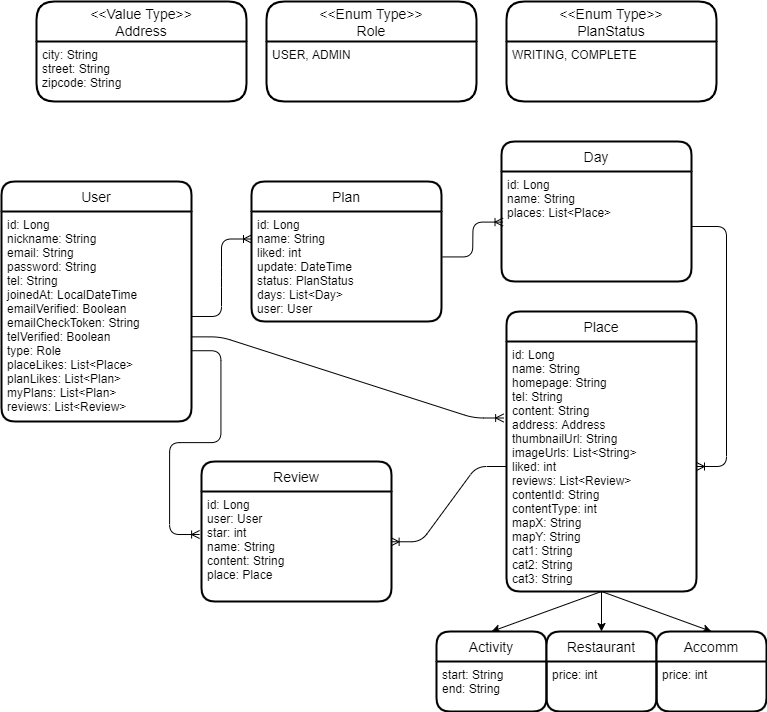
Before: Triplus_ERD.png, a diagram exported from draw.io (dooyeong20/special-trip). Source tidied: cells renumbered, new cells last; positions are measured from the earlier drawing's top-left corner, leaving out a move shared by most shapes.
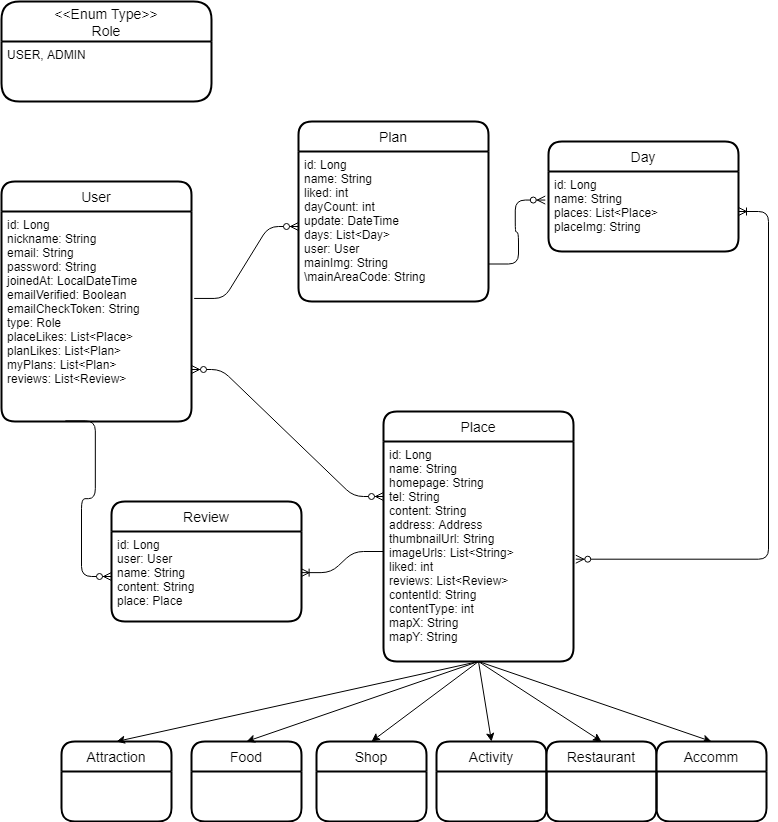
Above is the later version.

The edit, as a diff of the source:
```diff
@@ -3,35 +3,29 @@
     <mxCell id="0" />
     <mxCell id="1" parent="0" />
     <mxCell id="2" value="User" style="swimlane;horizontal=1;startSize=30;rounded=1;fontSize=14;fontStyle=0;strokeWidth=2;shadow=0;dashed=0;align=center;" parent="1" vertex="1">
-      <mxGeometry y="180" width="190" height="240" as="geometry" />
+      <mxGeometry x="-7" y="110" width="190" height="240" as="geometry" />
     </mxCell>
-    <mxCell id="3" value="id: Long&#10;nickname: String&#10;email: String&#10;password: String&#10;tel: String&#10;joinedAt: LocalDateTime&#10;emailVerified: Boolean&#10;emailCheckToken: String&#10;telVerified: Boolean&#10;type: Role&#10;placeLikes: List&lt;Place&gt;&#10;planLikes: List&lt;Plan&gt;&#10;myPlans: List&lt;Plan&gt;&#10;reviews: List&lt;Review&gt;" style="align=left;strokeColor=none;fillColor=none;spacingLeft=4;fontSize=12;verticalAlign=top;" parent="2" vertex="1">
+    <mxCell id="3" value="id: Long&#10;nickname: String&#10;email: String&#10;password: String&#10;joinedAt: LocalDateTime&#10;emailVerified: Boolean&#10;emailCheckToken: String&#10;type: Role&#10;placeLikes: List&lt;Place&gt;&#10;planLikes: List&lt;Plan&gt;&#10;myPlans: List&lt;Plan&gt;&#10;reviews: List&lt;Review&gt;" style="align=left;strokeColor=none;fillColor=none;spacingLeft=4;fontSize=12;verticalAlign=top;" parent="2" vertex="1">
       <mxGeometry y="30" width="190" height="210" as="geometry" />
     </mxCell>
     <mxCell id="4" value="&lt;&lt;Enum Type&gt;&gt;&#10;Role" style="swimlane;horizontal=1;startSize=40;rounded=1;fontSize=14;fontStyle=0;strokeWidth=2;shadow=0;dashed=0;align=center;" parent="1" vertex="1">
-      <mxGeometry x="265" width="210" height="100" as="geometry" />
+      <mxGeometry x="-7" y="-70" width="210" height="100" as="geometry" />
     </mxCell>
     <mxCell id="5" value="USER, ADMIN" style="align=left;strokeColor=none;fillColor=none;spacingLeft=4;fontSize=12;verticalAlign=top;" parent="4" vertex="1">
       <mxGeometry y="40" width="210" height="60" as="geometry" />
     </mxCell>
     <mxCell id="6" value="Plan" style="swimlane;horizontal=1;startSize=30;rounded=1;fontSize=14;fontStyle=0;strokeWidth=2;shadow=0;dashed=0;align=center;" parent="1" vertex="1">
-      <mxGeometry x="250" y="180" width="190" height="140" as="geometry" />
+      <mxGeometry x="290" y="50" width="190" height="180" as="geometry" />
     </mxCell>
-    <mxCell id="7" value="id: Long&#10;name: String&#10;liked: int&#10;update: DateTime&#10;status: PlanStatus&#10;days: List&lt;Day&gt;&#10;user: User" style="align=left;strokeColor=none;fillColor=none;spacingLeft=4;fontSize=12;verticalAlign=top;" parent="6" vertex="1">
-      <mxGeometry y="30" width="190" height="110" as="geometry" />
+    <mxCell id="7" value="id: Long&#10;name: String&#10;liked: int&#10;dayCount: int&#10;update: DateTime&#10;days: List&lt;Day&gt;&#10;user: User&#10;mainImg: String&#10;\mainAreaCode: String " style="align=left;strokeColor=none;fillColor=none;spacingLeft=4;fontSize=12;verticalAlign=top;" parent="6" vertex="1">
+      <mxGeometry y="30" width="190" height="150" as="geometry" />
     </mxCell>
     <mxCell id="8" value="Place" style="swimlane;horizontal=1;startSize=30;rounded=1;fontSize=14;fontStyle=0;strokeWidth=2;shadow=0;dashed=0;align=center;" parent="1" vertex="1">
-      <mxGeometry x="505" y="310" width="190" height="280" as="geometry" />
+      <mxGeometry x="375" y="340" width="190" height="250" as="geometry" />
     </mxCell>
-    <mxCell id="9" value="id: Long&#10;name: String&#10;homepage: String&#10;tel: String&#10;content: String&#10;address: Address&#10;thumbnailUrl: String&#10;imageUrls: List&lt;String&gt;&#10;liked: int&#10;reviews: List&lt;Review&gt;&#10;contentId: String&#10;contentType: int&#10;mapX: String&#10;mapY: String&#10;cat1: String&#10;cat2: String&#10;cat3: String" style="align=left;strokeColor=none;fillColor=none;spacingLeft=4;fontSize=12;verticalAlign=top;" parent="8" vertex="1">
-      <mxGeometry y="30" width="190" height="250" as="geometry" />
+    <mxCell id="9" value="id: Long&#10;name: String&#10;homepage: String&#10;tel: String&#10;content: String&#10;address: Address&#10;thumbnailUrl: String&#10;imageUrls: List&lt;String&gt;&#10;liked: int&#10;reviews: List&lt;Review&gt;&#10;contentId: String&#10;contentType: int&#10;mapX: String&#10;mapY: String" style="align=left;strokeColor=none;fillColor=none;spacingLeft=4;fontSize=12;verticalAlign=top;" parent="8" vertex="1">
+      <mxGeometry y="30" width="190" height="220" as="geometry" />
     </mxCell>
-    <mxCell id="10" value="&lt;&lt;Enum Type&gt;&gt;&#10;PlanStatus" style="swimlane;horizontal=1;startSize=40;rounded=1;fontSize=14;fontStyle=0;strokeWidth=2;shadow=0;dashed=0;align=center;" parent="1" vertex="1">
-      <mxGeometry x="505" width="210" height="100" as="geometry" />
-    </mxCell>
-    <mxCell id="11" value="WRITING, COMPLETE" style="align=left;strokeColor=none;fillColor=none;spacingLeft=4;fontSize=12;verticalAlign=top;" parent="10" vertex="1">
-      <mxGeometry y="40" width="210" height="60" as="geometry" />
-    </mxCell>
     <mxCell id="12" style="endArrow=classic;html=1;exitX=0.5;exitY=1;exitDx=0;exitDy=0;entryX=0.5;entryY=0;entryDx=0;entryDy=0;" parent="1" edge="1" source="9" target="14">
       <mxGeometry relative="1" as="geometry" />
     </mxCell>
@@ -39,61 +33,66 @@
       <mxGeometry relative="1" as="geometry" />
     </mxCell>
     <mxCell id="14" value="Activity" style="swimlane;horizontal=1;startSize=30;rounded=1;fontSize=14;fontStyle=0;strokeWidth=2;shadow=0;dashed=0;align=center;" parent="1" vertex="1">
-      <mxGeometry x="435" y="630" width="110" height="80" as="geometry" />
+      <mxGeometry x="428" y="670" width="110" height="80" as="geometry" />
     </mxCell>
-    <mxCell id="15" value="start: String&#10;end: String" style="align=left;strokeColor=none;fillColor=none;spacingLeft=4;fontSize=12;verticalAlign=top;" parent="14" vertex="1">
-      <mxGeometry y="30" width="110" height="50" as="geometry" />
-    </mxCell>
     <mxCell id="16" value="Restaurant" style="swimlane;horizontal=1;startSize=30;rounded=1;fontSize=14;fontStyle=0;strokeWidth=2;shadow=0;dashed=0;align=center;" parent="1" vertex="1">
-      <mxGeometry x="545" y="630" width="110" height="80" as="geometry" />
+      <mxGeometry x="538" y="670" width="110" height="80" as="geometry" />
     </mxCell>
-    <mxCell id="17" value="price: int" style="align=left;strokeColor=none;fillColor=none;spacingLeft=4;fontSize=12;verticalAlign=top;" parent="16" vertex="1">
-      <mxGeometry y="30" width="110" height="50" as="geometry" />
-    </mxCell>
     <mxCell id="18" value="Review" style="swimlane;horizontal=1;startSize=30;rounded=1;fontSize=14;fontStyle=0;strokeWidth=2;shadow=0;dashed=0;align=center;" parent="1" vertex="1">
-      <mxGeometry x="200" y="460" width="190" height="140" as="geometry" />
+      <mxGeometry x="103" y="430" width="190" height="120" as="geometry" />
     </mxCell>
-    <mxCell id="19" value="id: Long&#10;user: User&#10;star: int&#10;name: String&#10;content: String&#10;place: Place" style="align=left;strokeColor=none;fillColor=none;spacingLeft=4;fontSize=12;verticalAlign=top;" parent="18" vertex="1">
-      <mxGeometry y="30" width="190" height="110" as="geometry" />
+    <mxCell id="19" value="id: Long&#10;user: User&#10;name: String&#10;content: String&#10;place: Place" style="align=left;strokeColor=none;fillColor=none;spacingLeft=4;fontSize=12;verticalAlign=top;" parent="18" vertex="1">
+      <mxGeometry y="30" width="190" height="90" as="geometry" />
     </mxCell>
-    <mxCell id="20" value="&lt;&lt;Value Type&gt;&gt;&#10;Address" style="swimlane;horizontal=1;startSize=40;rounded=1;fontSize=14;fontStyle=0;strokeWidth=2;shadow=0;dashed=0;align=center;" parent="1" vertex="1">
-      <mxGeometry x="35" width="210" height="100" as="geometry" />
-    </mxCell>
-    <mxCell id="21" value="city: String&#10;street: String&#10;zipcode: String" style="align=left;strokeColor=none;fillColor=none;spacingLeft=4;fontSize=12;verticalAlign=top;" parent="20" vertex="1">
-      <mxGeometry y="40" width="210" height="60" as="geometry" />
-    </mxCell>
     <mxCell id="22" value="Accomm" style="swimlane;horizontal=1;startSize=30;rounded=1;fontSize=14;fontStyle=0;strokeWidth=2;shadow=0;dashed=0;align=center;" parent="1" vertex="1">
-      <mxGeometry x="655" y="630" width="110" height="80" as="geometry" />
+      <mxGeometry x="648" y="670" width="110" height="80" as="geometry" />
     </mxCell>
-    <mxCell id="23" value="price: int" style="align=left;strokeColor=none;fillColor=none;spacingLeft=4;fontSize=12;verticalAlign=top;" parent="22" vertex="1">
-      <mxGeometry y="30" width="110" height="50" as="geometry" />
-    </mxCell>
     <mxCell id="24" style="endArrow=classic;html=1;entryX=0.5;entryY=0;entryDx=0;entryDy=0;exitX=0.5;exitY=1;exitDx=0;exitDy=0;" parent="1" edge="1" source="9" target="16">
       <mxGeometry relative="1" as="geometry" />
     </mxCell>
     <mxCell id="25" value="Day" style="swimlane;horizontal=1;startSize=30;rounded=1;fontSize=14;fontStyle=0;strokeWidth=2;shadow=0;dashed=0;align=center;" parent="1" vertex="1">
-      <mxGeometry x="500" y="140" width="190" height="140" as="geometry" />
+      <mxGeometry x="540" y="70" width="190" height="110" as="geometry" />
     </mxCell>
-    <mxCell id="26" value="id: Long&#10;name: String&#10;places: List&lt;Place&gt;" style="align=left;strokeColor=none;fillColor=none;spacingLeft=4;fontSize=12;verticalAlign=top;" parent="25" vertex="1">
-      <mxGeometry y="30" width="190" height="110" as="geometry" />
+    <mxCell id="26" value="id: Long&#10;name: String&#10;places: List&lt;Place&gt;&#10;placeImg: String" style="align=left;strokeColor=none;fillColor=none;spacingLeft=4;fontSize=12;verticalAlign=top;" parent="25" vertex="1">
+      <mxGeometry y="30" width="190" height="80" as="geometry" />
     </mxCell>
+    <mxCell id="30" style="edgeStyle=entityRelationEdgeStyle;fontSize=12;html=1;endArrow=ERoneToMany;exitX=0;exitY=0.5;exitDx=0;exitDy=0;entryX=0.998;entryY=0.457;entryDx=0;entryDy=0;entryPerimeter=0;" parent="1" edge="1" source="9" target="19">
+      <mxGeometry relative="1" as="geometry" />
+    </mxCell>
+    <mxCell id="33" value="Attraction" style="swimlane;horizontal=1;startSize=30;rounded=1;fontSize=14;fontStyle=0;strokeWidth=2;shadow=0;dashed=0;align=center;" parent="1" vertex="1">
+      <mxGeometry x="53" y="670" width="110" height="80" as="geometry" />
+    </mxCell>
+    <mxCell id="34" value="Food" style="swimlane;horizontal=1;startSize=30;rounded=1;fontSize=14;fontStyle=0;strokeWidth=2;shadow=0;dashed=0;align=center;" parent="1" vertex="1">
+      <mxGeometry x="183" y="670" width="110" height="80" as="geometry" />
+    </mxCell>
+    <mxCell id="35" value="Shop" style="swimlane;horizontal=1;startSize=30;rounded=1;fontSize=14;fontStyle=0;strokeWidth=2;shadow=0;dashed=0;align=center;" parent="1" vertex="1">
+      <mxGeometry x="308" y="670" width="110" height="80" as="geometry" />
+    </mxCell>
+    <mxCell id="36" style="endArrow=classic;html=1;entryX=0.5;entryY=0;entryDx=0;entryDy=0;exitX=0.5;exitY=1;exitDx=0;exitDy=0;" parent="1" edge="1" source="9" target="33">
+      <mxGeometry relative="1" as="geometry" />
+    </mxCell>
+    <mxCell id="37" style="endArrow=classic;html=1;entryX=0.5;entryY=0;entryDx=0;entryDy=0;exitX=0.5;exitY=1;exitDx=0;exitDy=0;" parent="1" edge="1" source="9" target="34">
+      <mxGeometry relative="1" as="geometry" />
+    </mxCell>
+    <mxCell id="38" style="endArrow=classic;html=1;entryX=0.5;entryY=0;entryDx=0;entryDy=0;exitX=0.5;exitY=1;exitDx=0;exitDy=0;" parent="1" edge="1" source="9" target="35">
+      <mxGeometry relative="1" as="geometry" />
+    </mxCell>
+    <mxCell id="28" style="edgeStyle=entityRelationEdgeStyle;fontSize=12;html=1;endArrow=ERzeroToMany;endFill=1;exitX=1;exitY=0.75;exitDx=0;exitDy=0;entryX=-0.017;entryY=0.357;entryDx=0;entryDy=0;entryPerimeter=0;" parent="1" edge="1" source="7" target="26">
+      <mxGeometry relative="1" as="geometry" />
+    </mxCell>
+    <mxCell id="39" style="edgeStyle=entityRelationEdgeStyle;fontSize=12;html=1;endArrow=ERzeroToMany;endFill=1;startArrow=ERzeroToMany;entryX=0;entryY=0.25;entryDx=0;entryDy=0;" parent="1" edge="1" target="9">
+      <mxGeometry relative="1" as="geometry">
+        <mxPoint x="183" y="298" as="sourcePoint" />
+      </mxGeometry>
+    </mxCell>
+    <mxCell id="29" style="edgeStyle=entityRelationEdgeStyle;fontSize=12;html=1;endArrow=ERzeroToMany;endFill=1;entryX=0;entryY=0.5;entryDx=0;entryDy=0;exitX=0.336;exitY=0.997;exitDx=0;exitDy=0;exitPerimeter=0;" parent="1" edge="1" source="3" target="19">
+      <mxGeometry relative="1" as="geometry" />
+    </mxCell>
-    <mxCell id="27" style="edgeStyle=entityRelationEdgeStyle;fontSize=12;html=1;endArrow=ERoneToMany;exitX=1;exitY=0.5;exitDx=0;exitDy=0;entryX=0;entryY=0.25;entryDx=0;entryDy=0;" parent="1" edge="1" source="3" target="7">
+    <mxCell id="27" style="edgeStyle=entityRelationEdgeStyle;fontSize=12;html=1;endArrow=ERzeroToMany;endFill=1;exitX=1.014;exitY=0.414;exitDx=0;exitDy=0;exitPerimeter=0;entryX=0;entryY=0.5;entryDx=0;entryDy=0;" parent="1" edge="1" source="3" target="7">
       <mxGeometry relative="1" as="geometry" />
     </mxCell>
-    <mxCell id="28" style="edgeStyle=entityRelationEdgeStyle;fontSize=12;html=1;endArrow=ERoneToMany;exitX=1.006;exitY=0.413;exitDx=0;exitDy=0;exitPerimeter=0;entryX=0.008;entryY=0.46;entryDx=0;entryDy=0;entryPerimeter=0;" parent="1" edge="1" source="7" target="26">
-      <mxGeometry relative="1" as="geometry" />
-    </mxCell>
-    <mxCell id="29" style="edgeStyle=entityRelationEdgeStyle;fontSize=12;html=1;endArrow=ERoneToMany;exitX=0.997;exitY=0.663;exitDx=0;exitDy=0;exitPerimeter=0;entryX=-0.01;entryY=0.391;entryDx=0;entryDy=0;entryPerimeter=0;" parent="1" edge="1" source="3" target="19">
-      <mxGeometry relative="1" as="geometry" />
-    </mxCell>
-    <mxCell id="30" style="edgeStyle=entityRelationEdgeStyle;fontSize=12;html=1;endArrow=ERoneToMany;exitX=0;exitY=0.5;exitDx=0;exitDy=0;entryX=0.998;entryY=0.457;entryDx=0;entryDy=0;entryPerimeter=0;" parent="1" edge="1" source="9" target="19">
-      <mxGeometry relative="1" as="geometry" />
-    </mxCell>
-    <mxCell id="31" style="edgeStyle=entityRelationEdgeStyle;fontSize=12;html=1;endArrow=ERoneToMany;exitX=0.997;exitY=0.597;exitDx=0;exitDy=0;exitPerimeter=0;entryX=-0.015;entryY=0.306;entryDx=0;entryDy=0;entryPerimeter=0;" parent="1" edge="1" source="3" target="9">
-      <mxGeometry relative="1" as="geometry" />
-    </mxCell>
-    <mxCell id="32" style="edgeStyle=entityRelationEdgeStyle;fontSize=12;html=1;endArrow=ERoneToMany;exitX=1;exitY=0.5;exitDx=0;exitDy=0;" parent="1" edge="1" source="26" target="9">
-      <mxGeometry relative="1" as="geometry" />
-    </mxCell>
+    <mxCell id="40" style="edgeStyle=entityRelationEdgeStyle;fontSize=12;html=1;endArrow=ERoneToMany;startArrow=ERzeroToMany;exitX=1.012;exitY=0.535;exitDx=0;exitDy=0;exitPerimeter=0;" parent="1" edge="1" source="9" target="26">
+      <mxGeometry relative="1" as="geometry" />
+    </mxCell>
   </root>
 </mxGraphModel>
```
